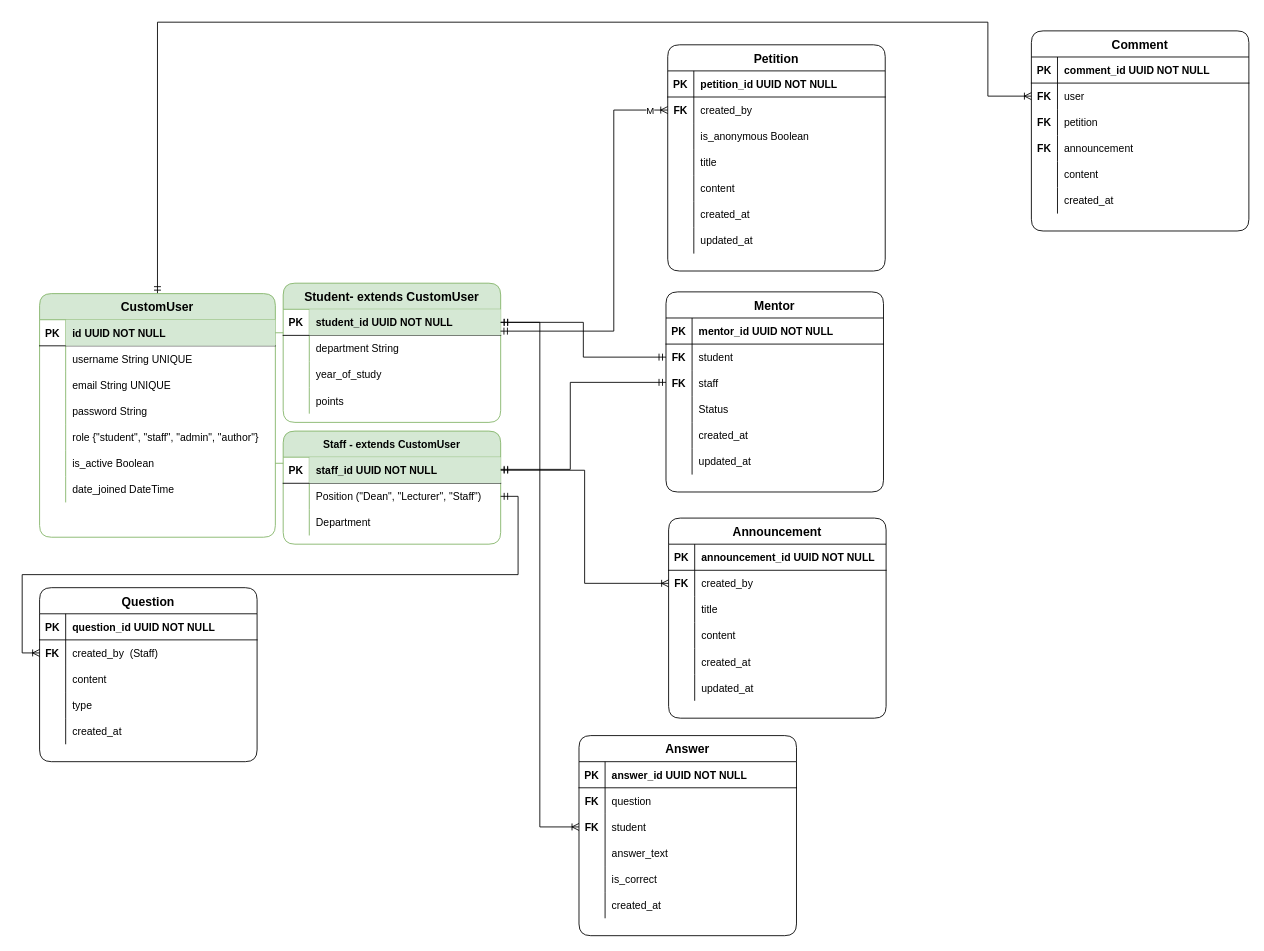
The draw.io diagram HULink DB.drawio in Orel-y/HUlink, before the edit. Source tidied: cells renumbered, new cells numbered last; positions are measured from the earlier drawing's top-left corner, leaving out a move shared by most shapes. Both pictures are drawn from the tidied source at 87%, with x=0, y=0 at pixel (39, 22).
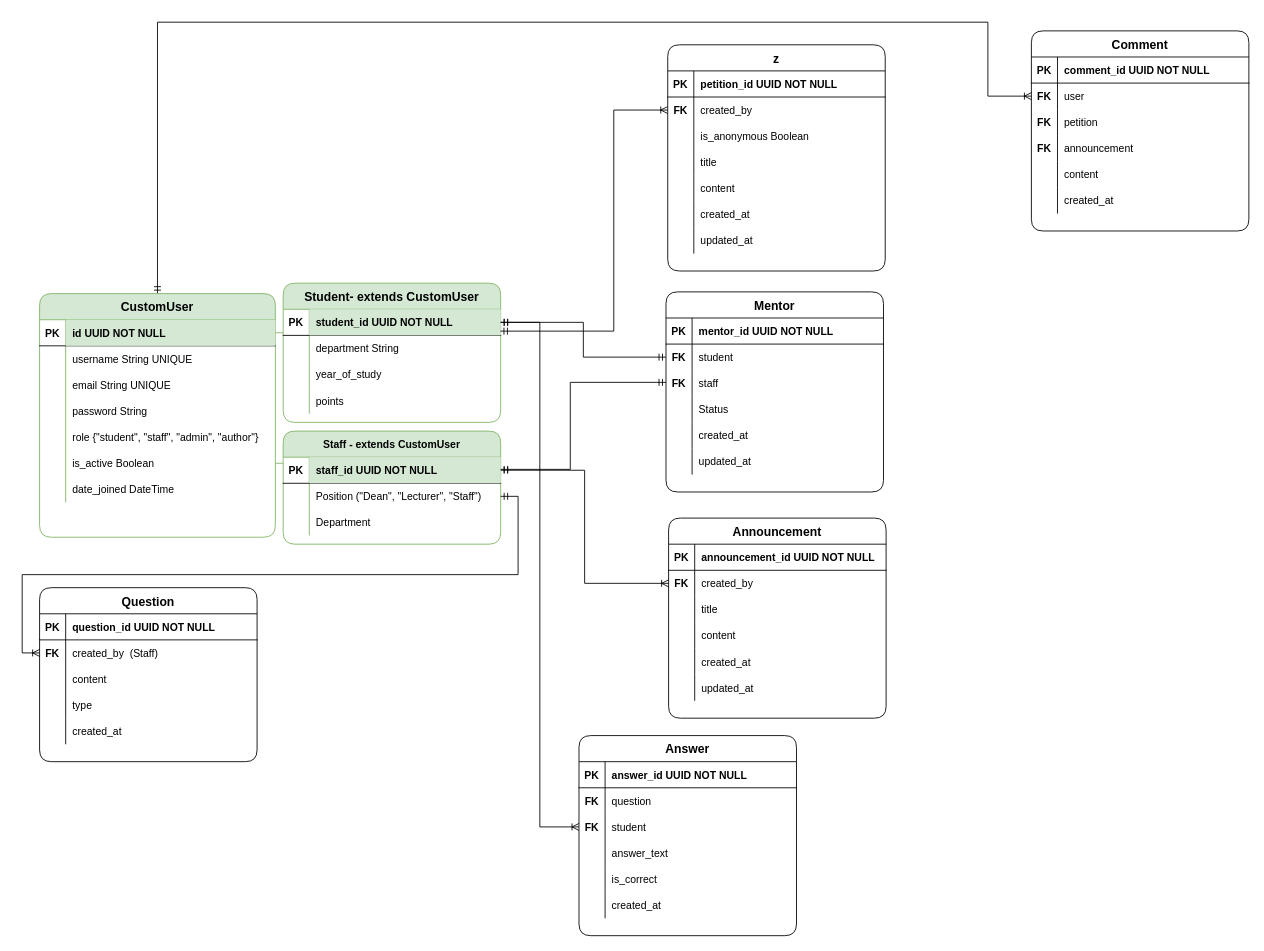
After the change.

The change refers to these unchanged cells:
```xml
<mxCell id="91" style="edgeStyle=orthogonalEdgeStyle;rounded=0;jettySize=auto;html=1;exitX=0.999;exitY=0.837;exitDx=0;exitDy=0;entryX=0;entryY=0.5;entryDx=0;entryDy=0;exitPerimeter=0;startArrow=ERmandOne;startFill=0;endArrow=ERoneToMany;endFill=0;" parent="1" edge="1" source="3" target="73">
  <mxGeometry relative="1" as="geometry">
    <Array as="points">
      <mxPoint x="660" y="355" />
      <mxPoint x="660" y="101" />
    </Array>
  </mxGeometry>
</mxCell>
```

What changed in the source:
```diff
@@
-    <mxCell id="69" value="Petition" style="shape=table;startSize=30;childLayout=tableLayout;rowLines=0;fontStyle=1;align=center;rounded=1;swimlaneFillColor=none;labelBackgroundColor=none;fontSize=14;" parent="1" vertex="1">
+    <mxCell id="69" value="z" style="shape=table;startSize=30;childLayout=tableLayout;rowLines=0;fontStyle=1;align=center;rounded=1;swimlaneFillColor=none;labelBackgroundColor=none;fontSize=14;" parent="1" vertex="1">
       <mxGeometry x="722" y="26" width="250" height="260" as="geometry" />
     </mxCell>
@@
-    <mxCell id="92" value="M" style="edgeLabel;html=1;align=center;verticalAlign=middle;" parent="91" vertex="1">
-      <mxGeometry x="0.91" relative="1" as="geometry" />
-    </mxCell>
```
